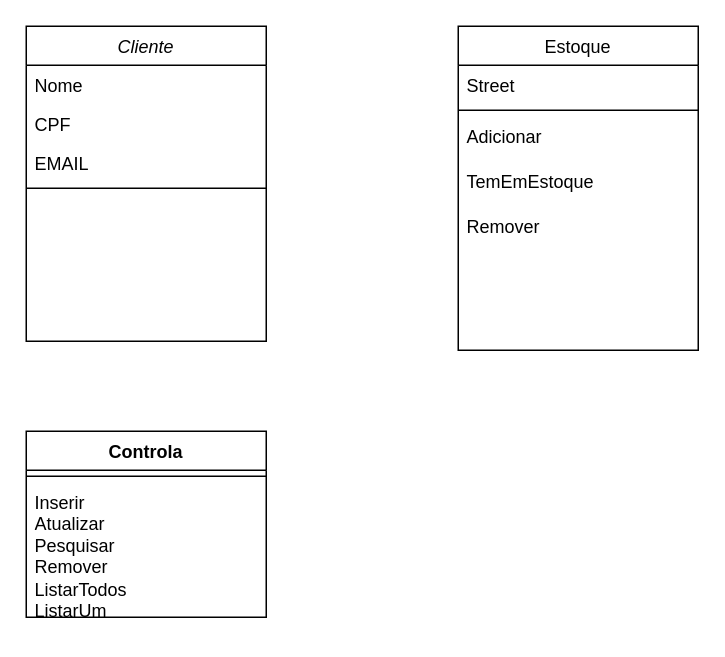
The draw.io diagram Documentação/UML_Primeira_Parte.drawio in AlecrimLunar/Banco-de-dados-Livraria, before the edit. Source tidied: cells renumbered, new cells numbered last; positions are measured from the earlier drawing's top-left corner, leaving out a move shared by most shapes. Both pictures are drawn from the tidied source at 150%, with x=0, y=0 at pixel (26, 26).
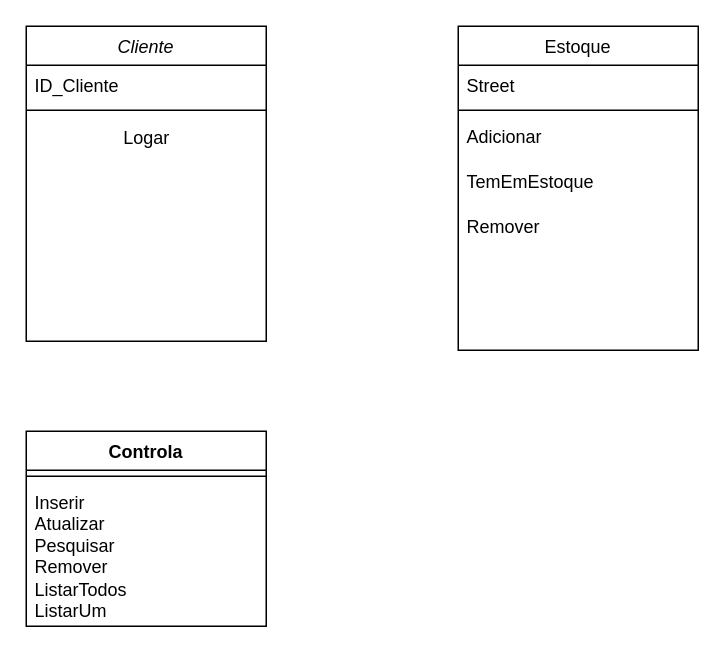
After the change.

The edit, as a diff of the source:
```diff
@@
 <mxGraphModel>
   <root>
     <mxCell id="0" />
     <mxCell id="1" parent="0" />
     <mxCell id="2" value="Cliente" style="swimlane;fontStyle=2;align=center;verticalAlign=top;horizontal=1;startSize=26;rounded=0;shadow=0;strokeWidth=1;" parent="1" vertex="1">
       <mxGeometry width="160" height="210" as="geometry" />
     </mxCell>
-    <mxCell id="3" value="Nome" style="text;align=left;verticalAlign=top;spacingLeft=4;spacingRight=4;overflow=hidden;" parent="2" vertex="1">
+    <mxCell id="3" value="ID_Cliente" style="text;align=left;verticalAlign=top;spacingLeft=4;spacingRight=4;overflow=hidden;" parent="2" vertex="1">
       <mxGeometry y="26" width="160" height="26" as="geometry" />
     </mxCell>
-    <mxCell id="4" value="CPF" style="text;align=left;verticalAlign=top;spacingLeft=4;spacingRight=4;overflow=hidden;rounded=0;shadow=0;html=0;" parent="2" vertex="1">
-      <mxGeometry y="52" width="160" height="26" as="geometry" />
-    </mxCell>
-    <mxCell id="5" value="EMAIL" style="text;align=left;verticalAlign=top;spacingLeft=4;spacingRight=4;overflow=hidden;rounded=0;shadow=0;html=0;" parent="2" vertex="1">
-      <mxGeometry y="78" width="160" height="26" as="geometry" />
-    </mxCell>
     <mxCell id="6" style="line;html=1;strokeWidth=1;align=left;verticalAlign=middle;spacingTop=-1;spacingLeft=3;spacingRight=3;labelPosition=right;" parent="2" vertex="1">
-      <mxGeometry y="104" width="160" height="8" as="geometry" />
+      <mxGeometry y="52" width="160" height="8" as="geometry" />
     </mxCell>
+    <mxCell id="16" value="Logar" style="text;html=1;align=center;verticalAlign=middle;strokeColor=none;fillColor=none;" parent="2" vertex="1">
+      <mxGeometry y="60" width="160" height="30" as="geometry" />
+    </mxCell>
     <mxCell id="7" value="Estoque" style="swimlane;fontStyle=0;align=center;verticalAlign=top;horizontal=1;startSize=26;rounded=0;shadow=0;strokeWidth=1;" parent="1" vertex="1">
       <mxGeometry x="288" width="160" height="216" as="geometry" />
     </mxCell>
     <mxCell id="8" value="Street" style="text;align=left;verticalAlign=top;spacingLeft=4;spacingRight=4;overflow=hidden;" parent="7" vertex="1">
       <mxGeometry y="26" width="160" height="26" as="geometry" />
     </mxCell>
     <mxCell id="9" style="line;html=1;strokeWidth=1;align=left;verticalAlign=middle;spacingTop=-1;spacingLeft=3;spacingRight=3;labelPosition=right;" parent="7" vertex="1">
       <mxGeometry y="52" width="160" height="8" as="geometry" />
     </mxCell>
     <mxCell id="10" value="Adicionar&#10;" style="text;align=left;verticalAlign=top;spacingLeft=4;spacingRight=4;overflow=hidden;" parent="7" vertex="1">
       <mxGeometry y="60" width="160" height="30" as="geometry" />
     </mxCell>
     <mxCell id="11" value="TemEmEstoque" style="text;align=left;verticalAlign=top;spacingLeft=4;spacingRight=4;overflow=hidden;" parent="7" vertex="1">
       <mxGeometry y="90" width="160" height="30" as="geometry" />
     </mxCell>
     <mxCell id="12" value="Remover" style="text;align=left;verticalAlign=top;spacingLeft=4;spacingRight=4;overflow=hidden;" parent="7" vertex="1">
       <mxGeometry y="120" width="160" height="30" as="geometry" />
     </mxCell>
     <mxCell id="13" value="Controla" style="swimlane;fontStyle=1;align=center;verticalAlign=top;horizontal=1;startSize=26;whiteSpace=wrap;html=1;" parent="1" vertex="1">
-      <mxGeometry y="270" width="160" height="124" as="geometry" />
+      <mxGeometry y="270" width="160" height="130" as="geometry" />
     </mxCell>
     <mxCell id="14" style="line;strokeWidth=1;fillColor=none;align=left;verticalAlign=middle;spacingTop=-1;spacingLeft=3;spacingRight=3;labelPosition=right;strokeColor=inherit;" parent="13" vertex="1">
       <mxGeometry y="26" width="160" height="8" as="geometry" />
     </mxCell>
     <mxCell id="15" value="Inserir&lt;br&gt;Atualizar&lt;br&gt;Pesquisar&lt;br&gt;Remover&lt;br&gt;ListarTodos&lt;br&gt;ListarUm" style="text;strokeColor=none;fillColor=none;align=left;verticalAlign=top;spacingLeft=4;spacingRight=4;overflow=hidden;whiteSpace=wrap;html=1;" parent="13" vertex="1">
-      <mxGeometry y="34" width="160" height="90" as="geometry" />
+      <mxGeometry y="34" width="160" height="96" as="geometry" />
     </mxCell>
   </root>
 </mxGraphModel>
```
